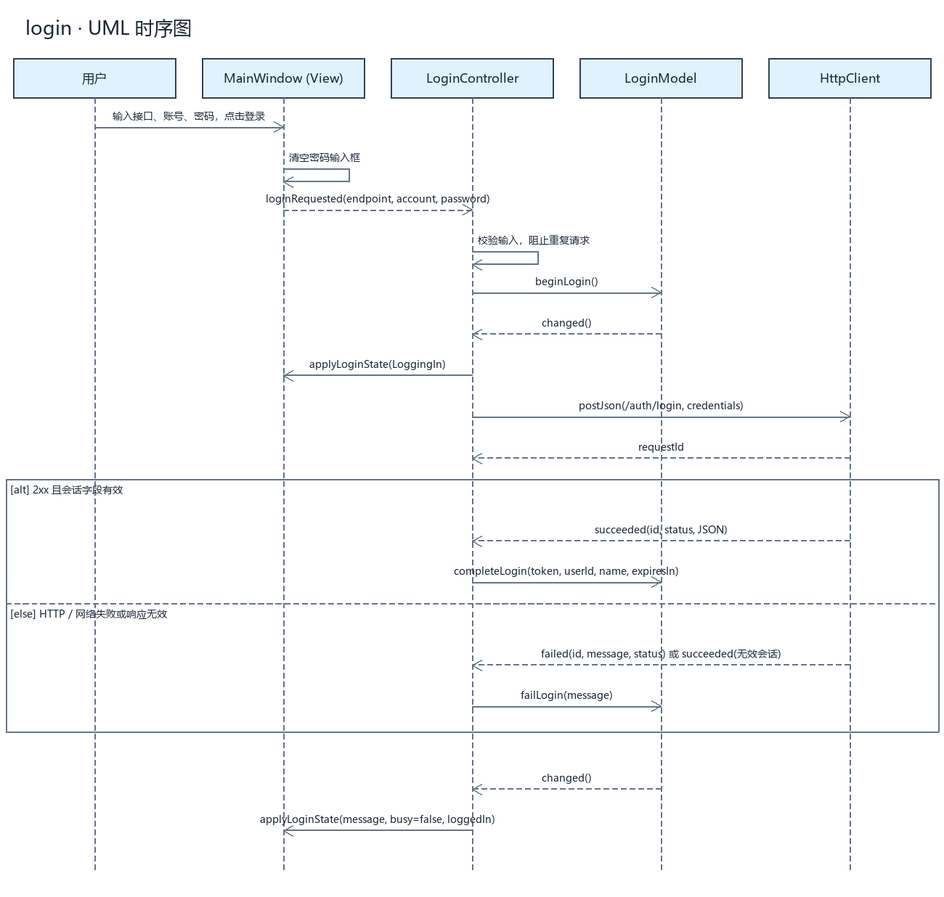
Above: docs/uml/sequences/login.png in kingsman-svg/OBS (Mermaid), before the change. Its source is kept beside it as docs/uml/sequences/login.mmd.
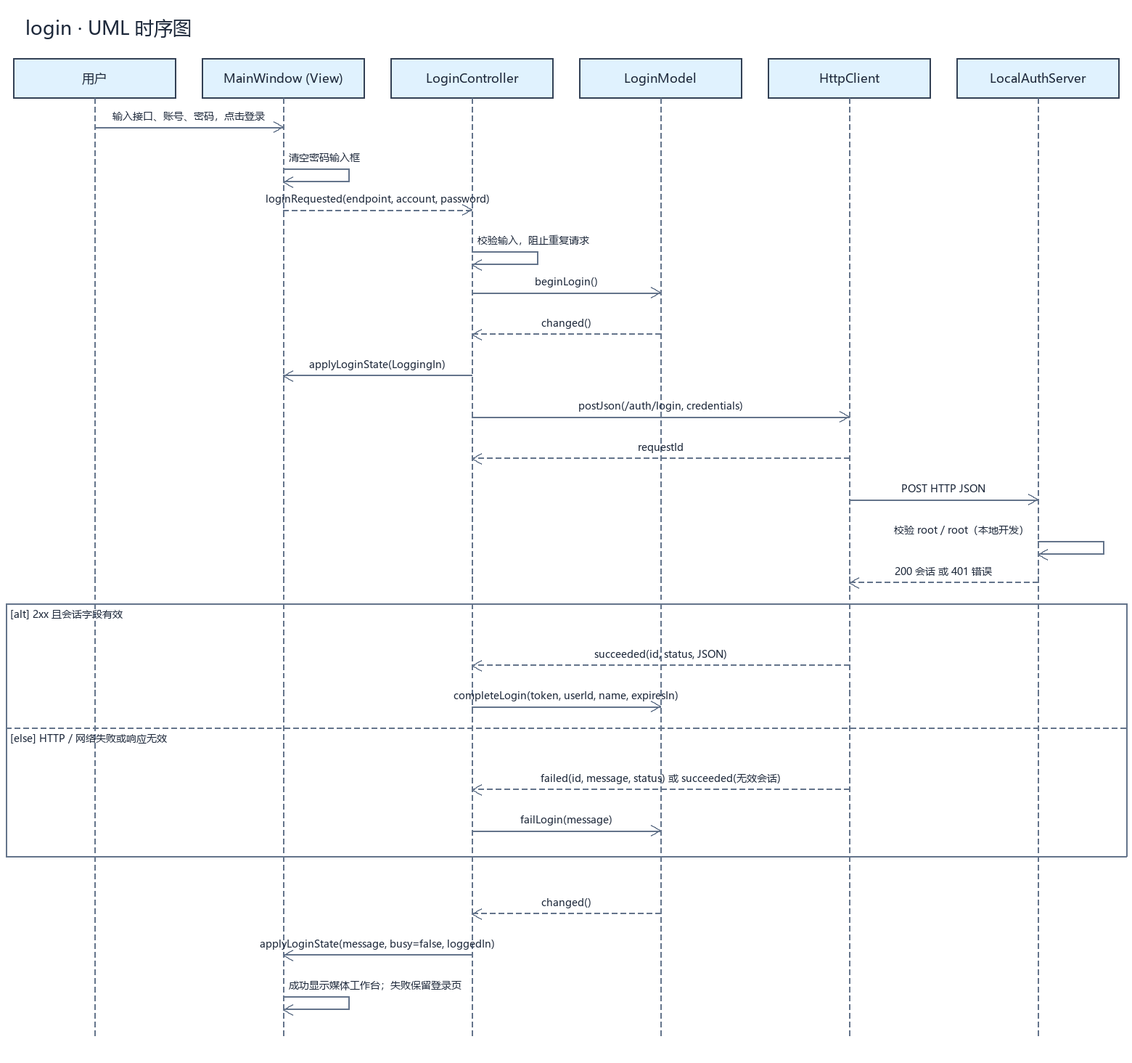
Above is the later version.

The edit, as a diff of the source:
```diff
@@ -4,6 +4,7 @@
 participant C as LoginController
 participant M as LoginModel
 participant H as HttpClient
+participant S as LocalAuthServer
 U->>V: 输入接口、账号、密码，点击登录
 V->>V: 清空密码输入框
 V-->>C: loginRequested(endpoint, account, password)
@@ -13,6 +14,9 @@
 C->>V: applyLoginState(LoggingIn)
 C->>H: postJson(/auth/login, credentials)
 H-->>C: requestId
+H->>S: POST HTTP JSON
+S->>S: 校验 root / root（本地开发）
+S-->>H: 200 会话 或 401 错误
 alt 2xx 且会话字段有效
 H-->>C: succeeded(id, status, JSON)
 C->>M: completeLogin(token, userId, name, expiresIn)
@@ -22,3 +26,4 @@
 end
 M-->>C: changed()
 C->>V: applyLoginState(message, busy=false, loggedIn)
+V->>V: 成功显示媒体工作台；失败保留登录页
```
